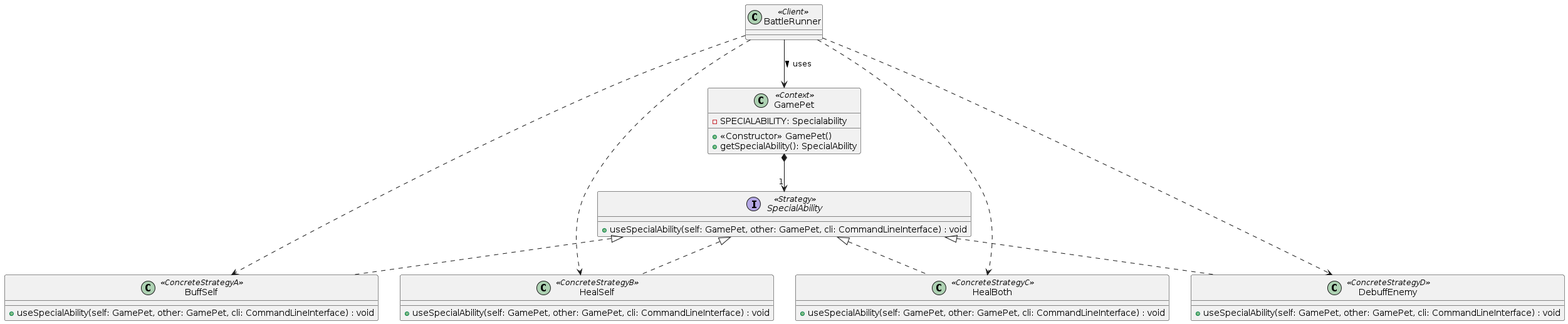
Before: diagrams/sap-strategy-domain.png, a diagram exported from PlantUML (Joshua19Kim/SENG301_ASSIGNMENT4_DesignPattern).
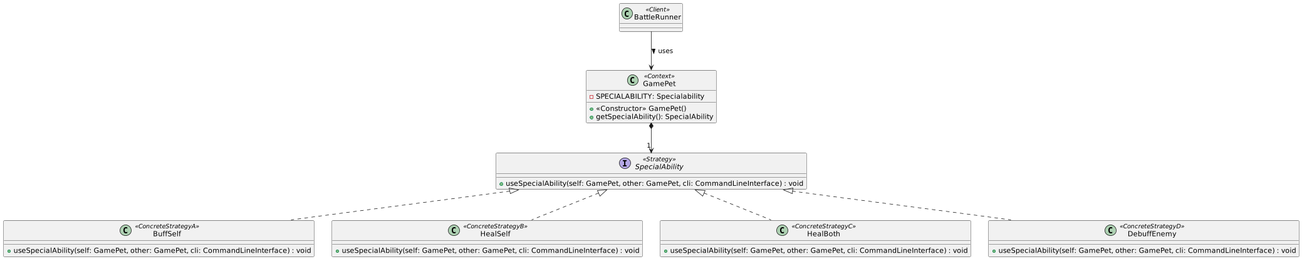
Later version of the same file.

The edit, as a diff of the source:
```diff
@@ -34,8 +34,5 @@
 SpecialAbility <|.. HealSelf
 SpecialAbility <|.. HealBoth
 SpecialAbility <|.. DebuffEnemy
-BattleRunner -.-> BuffSelf
-BattleRunner -.-> HealSelf
-BattleRunner -.-> HealBoth
-BattleRunner -.-> DebuffEnemy
+
 @enduml
```
